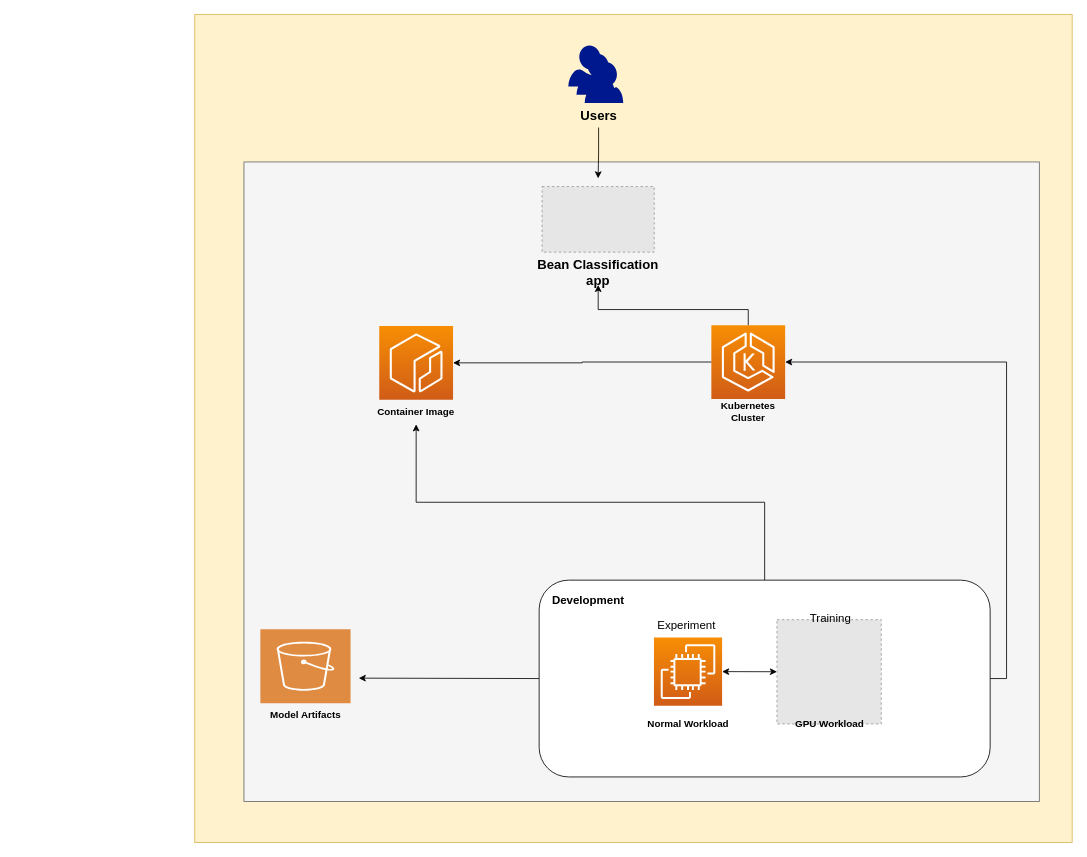
Earlier version of the draw.io diagram project-capstone/model-serving-architecture.drawio (surawut-jirasaktavee/course-machine-learning-zoomcamp). Source tidied: cells renumbered, new cells numbered last; positions are measured from the earlier drawing's top-left corner, leaving out a move shared by most shapes. Both pictures are drawn from the tidied source at 82%, with x=0, y=0 at pixel (194, 14). Pictures stored in the file or linked from it are replaced by grey dashed boxes.
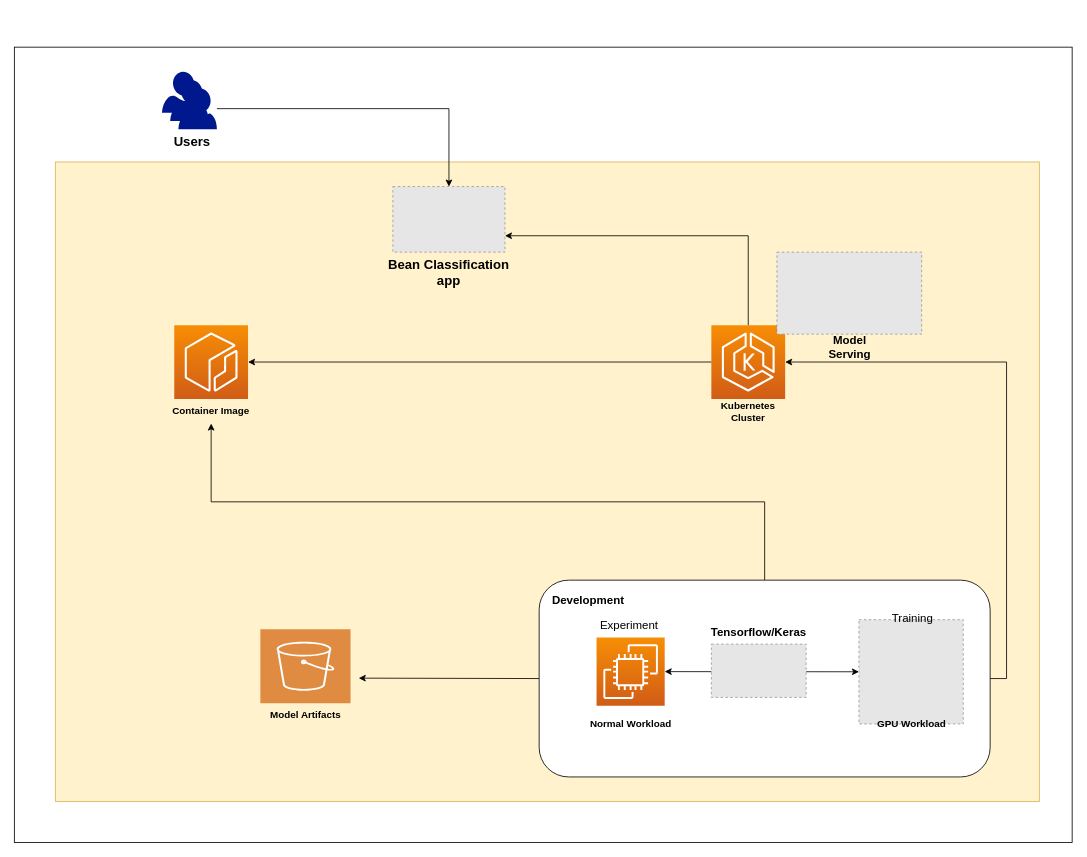
After the change.

Unchanged cells that the change refers to:
```xml
<mxCell id="12" style="sketch=0;points=[[0,0,0],[0.25,0,0],[0.5,0,0],[0.75,0,0],[1,0,0],[0,1,0],[0.25,1,0],[0.5,1,0],[0.75,1,0],[1,1,0],[0,0.25,0],[0,0.5,0],[0,0.75,0],[1,0.25,0],[1,0.5,0],[1,0.75,0]];outlineConnect=0;fontColor=#232F3E;gradientColor=#F78E04;gradientDirection=north;fillColor=#D05C17;strokeColor=#ffffff;dashed=0;verticalLabelPosition=bottom;verticalAlign=top;align=center;html=1;fontSize=12;fontStyle=0;shape=mxgraph.aws4.resourceIcon;resIcon=mxgraph.aws4.eks;" parent="11" vertex="1">
  <mxGeometry x="10" width="90" height="90" as="geometry" />
</mxCell>
<mxCell id="34" style="sketch=0;shadow=0;dashed=0;html=1;strokeColor=none;labelPosition=center;verticalLabelPosition=bottom;verticalAlign=top;align=center;fillColor=#00188D;shape=mxgraph.azure.user;fontSize=16;" parent="31" vertex="1">
  <mxGeometry x="20" y="20" width="47" height="50" as="geometry" />
</mxCell>
<mxCell id="35" value="&lt;b&gt;Users&lt;/b&gt;" style="text;html=1;strokeColor=none;fillColor=none;align=center;verticalAlign=middle;whiteSpace=wrap;rounded=0;fontSize=16;" parent="31" vertex="1">
  <mxGeometry x="7" y="70" width="60" height="30" as="geometry" />
</mxCell>
<mxCell id="38" value="&lt;b&gt;Bean Classification app&lt;/b&gt;" style="text;html=1;strokeColor=none;fillColor=none;align=center;verticalAlign=middle;whiteSpace=wrap;rounded=0;fontSize=16;" parent="37" vertex="1">
  <mxGeometry y="90" width="180" height="30" as="geometry" />
</mxCell>
<mxCell id="39" style="fillColor=#E6E6E6;strokeColor=#999999;dashed=1;verticalLabelPosition=bottom;labelBackgroundColor=default;verticalAlign=top;" parent="37" vertex="1">
  <mxGeometry x="21.6" width="136.7" height="80" as="geometry" />
</mxCell>
```

Change to the diagram source:
```diff
@@
-    <mxCell id="2" style="rounded=0;whiteSpace=wrap;html=1;fontSize=16;fillColor=#fff2cc;strokeColor=#d6b656;" parent="1" vertex="1">
-      <mxGeometry width="1070" height="1010" as="geometry" />
+    <mxCell id="2" style="rounded=0;whiteSpace=wrap;html=1;fontSize=16;" parent="1" vertex="1">
+      <mxGeometry x="-220" y="40" width="1290" height="970" as="geometry" />
     </mxCell>
-    <mxCell id="3" style="rounded=0;whiteSpace=wrap;html=1;fillColor=#f5f5f5;fontColor=#333333;strokeColor=#666666;" parent="1" vertex="1">
-      <mxGeometry x="60" y="180" width="970" height="780" as="geometry" />
+    <mxCell id="3" style="rounded=0;whiteSpace=wrap;html=1;fillColor=#fff2cc;strokeColor=#d6b656;" parent="1" vertex="1">
+      <mxGeometry x="-170" y="180" width="1200" height="780" as="geometry" />
     </mxCell>
@@
     <mxCell id="7" style="group;" parent="1" vertex="1">
-      <mxGeometry x="220" y="380" width="100" height="120" as="geometry" />
+      <mxGeometry x="-30" y="379" width="100" height="120" as="geometry" />
     </mxCell>
@@
     <mxCell id="19" style="group;" parent="1" vertex="1">
-      <mxGeometry x="710" y="721" width="130" height="159" as="geometry" />
+      <mxGeometry x="810" y="721" width="130" height="159" as="geometry" />
     </mxCell>
@@
     <mxCell id="24" style="group;" parent="1" vertex="1">
-      <mxGeometry x="560" y="730" width="120" height="150" as="geometry" />
+      <mxGeometry x="490" y="730" width="120" height="150" as="geometry" />
     </mxCell>
@@
     <mxCell id="31" style="group;" parent="1" vertex="1">
-      <mxGeometry x="455.5" y="38" width="67" height="100" as="geometry" />
+      <mxGeometry x="-40" y="70" width="67" height="100" as="geometry" />
     </mxCell>
@@
-    <mxCell id="36" style="edgeStyle=orthogonalEdgeStyle;rounded=0;jettySize=auto;html=1;fontSize=16;" parent="1" edge="1" source="35">
-      <mxGeometry relative="1" as="geometry">
-        <mxPoint x="491.9" y="200" as="targetPoint" />
-      </mxGeometry>
-    </mxCell>
     <mxCell id="37" style="group;" parent="1" vertex="1">
-      <mxGeometry x="402" y="210" width="180" height="120" as="geometry" />
+      <mxGeometry x="220" y="210" width="180" height="120" as="geometry" />
     </mxCell>
@@
-    <mxCell id="40" style="edgeStyle=orthogonalEdgeStyle;rounded=0;jettySize=auto;html=1;entryX=0.5;entryY=1;entryDx=0;entryDy=0;fontSize=16;" parent="1" edge="1" source="12" target="38">
-      <mxGeometry relative="1" as="geometry">
-        <Array as="points">
-          <mxPoint x="675" y="360" />
-          <mxPoint x="492" y="360" />
-        </Array>
-      </mxGeometry>
-    </mxCell>
+    <mxCell id="41" style="fillColor=#E6E6E6;strokeColor=#999999;dashed=1;verticalLabelPosition=bottom;labelBackgroundColor=default;verticalAlign=top;" parent="1" vertex="1">
+      <mxGeometry x="630" y="768" width="115.6" height="65" as="geometry" />
+    </mxCell>
+    <mxCell id="42" style="edgeStyle=orthogonalEdgeStyle;rounded=0;jettySize=auto;html=1;exitX=0.5;exitY=0;exitDx=0;exitDy=0;exitPerimeter=0;entryX=1;entryY=0.75;entryDx=0;entryDy=0;" parent="1" edge="1" source="12" target="39">
+      <mxGeometry relative="1" as="geometry" />
+    </mxCell>
+    <mxCell id="43" style="fillColor=#E6E6E6;strokeColor=#999999;dashed=1;verticalLabelPosition=bottom;labelBackgroundColor=default;verticalAlign=top;" parent="1" vertex="1">
+      <mxGeometry x="710" y="290" width="176.5" height="100" as="geometry" />
+    </mxCell>
+    <mxCell id="44" value="&lt;b&gt;&lt;font style=&quot;font-size: 14px;&quot;&gt;Model Serving&lt;/font&gt;&lt;/b&gt;" style="text;html=1;strokeColor=none;fillColor=none;align=center;verticalAlign=middle;whiteSpace=wrap;rounded=0;" parent="1" vertex="1">
+      <mxGeometry x="751.5" y="390" width="93.5" height="30" as="geometry" />
+    </mxCell>
+    <mxCell id="45" value="&lt;b&gt;Tensorflow/Keras&lt;/b&gt;" style="text;html=1;strokeColor=none;fillColor=none;align=center;verticalAlign=middle;whiteSpace=wrap;rounded=0;fontSize=14;" parent="1" vertex="1">
+      <mxGeometry x="617.8" y="738" width="140" height="30" as="geometry" />
+    </mxCell>
+    <mxCell id="46" style="edgeStyle=orthogonalEdgeStyle;rounded=0;jettySize=auto;html=1;fontSize=14;" parent="1" edge="1" source="34" target="39">
+      <mxGeometry relative="1" as="geometry" />
+    </mxCell>
```
